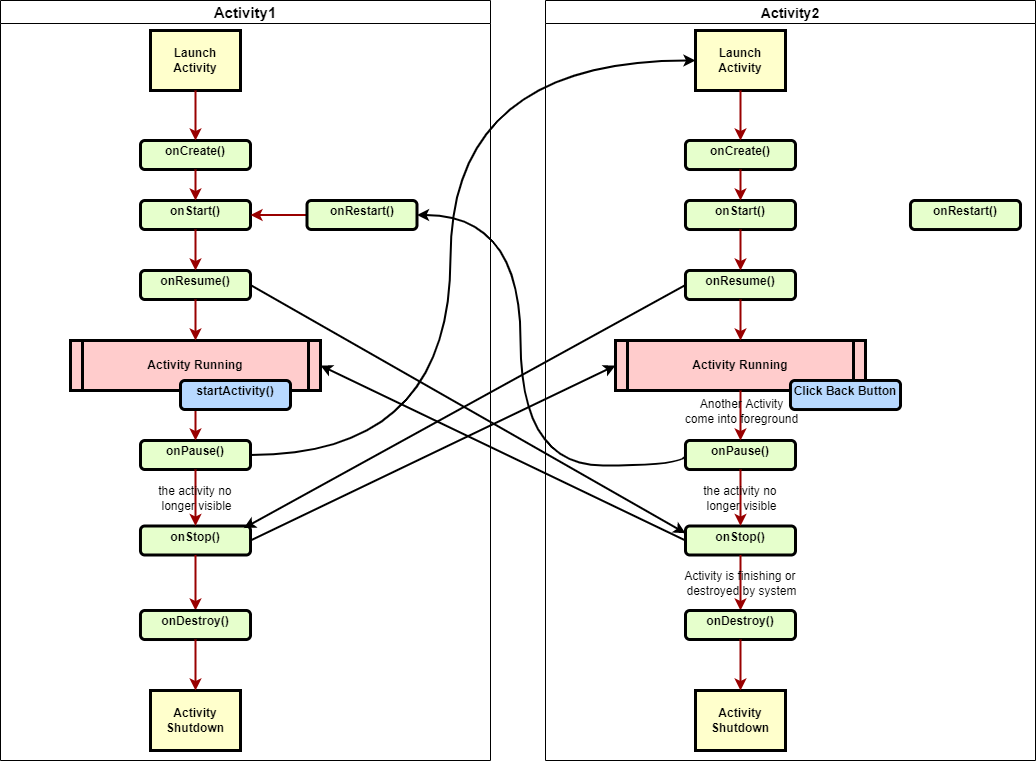
Above: ActivityInteraction.drawio.png in huiyeruzhou/MyDrawIo (draw.io), before the change. Source tidied: cells renumbered, new cells last; positions are measured from the earlier drawing's top-left corner, leaving out a move shared by most shapes. The source it was exported from:
```xml
<mxGraphModel>
  <root>
    <mxCell id="0" />
    <mxCell id="1" parent="0" />
    <mxCell id="2" value="&lt;p style=&quot;margin: 4px 0px 0px ; text-align: center&quot;&gt;onCreate()&lt;/p&gt;" style="verticalAlign=middle;align=center;overflow=fill;fontSize=12;fontFamily=Helvetica;html=1;rounded=1;fontStyle=1;strokeWidth=3;fillColor=#E6FFCC;labelBackgroundColor=none;" parent="1" vertex="1">
      <mxGeometry x="140" y="140" width="110" height="29" as="geometry" />
    </mxCell>
    <mxCell id="3" value="Launch&#10;Activity" style="whiteSpace=wrap;align=center;verticalAlign=middle;fontStyle=1;strokeWidth=3;fillColor=#FFFFCC;labelBackgroundColor=none;" parent="1" vertex="1">
      <mxGeometry x="150" y="30" width="90" height="60" as="geometry" />
    </mxCell>
    <mxCell id="4" value="Activity Running" style="shape=process;whiteSpace=wrap;align=center;verticalAlign=middle;size=0.0475;fontStyle=1;strokeWidth=3;fillColor=#FFCCCC;labelBackgroundColor=none;" parent="1" vertex="1">
      <mxGeometry x="70" y="340" width="250" height="50" as="geometry" />
    </mxCell>
    <mxCell id="5" style="edgeStyle=none;noEdgeStyle=1;strokeColor=#990000;strokeWidth=2;labelBackgroundColor=none;" parent="1" edge="1" source="3" target="2">
      <mxGeometry relative="1" as="geometry" />
    </mxCell>
    <mxCell id="6" value="&lt;p style=&quot;margin: 4px 0px 0px ; text-align: center&quot;&gt;onStart()&lt;/p&gt;" style="verticalAlign=middle;align=center;overflow=fill;fontSize=12;fontFamily=Helvetica;html=1;rounded=1;fontStyle=1;strokeWidth=3;fillColor=#E6FFCC;labelBackgroundColor=none;" parent="1" vertex="1">
      <mxGeometry x="140" y="200" width="110" height="29" as="geometry" />
    </mxCell>
    <mxCell id="7" style="edgeStyle=none;noEdgeStyle=1;strokeColor=#990000;strokeWidth=2;exitX=0.5;exitY=1;exitDx=0;exitDy=0;entryX=0.5;entryY=0;entryDx=0;entryDy=0;labelBackgroundColor=none;" parent="1" edge="1" source="2" target="6">
      <mxGeometry relative="1" as="geometry" />
    </mxCell>
    <mxCell id="8" value="&lt;p style=&quot;margin: 4px 0px 0px ; text-align: center&quot;&gt;onResume()&lt;/p&gt;&lt;p style=&quot;margin: 0px ; margin-top: 4px ; text-align: center ; text-decoration: underline&quot;&gt;&lt;br&gt;&lt;/p&gt;" style="verticalAlign=middle;align=center;overflow=fill;fontSize=12;fontFamily=Helvetica;html=1;rounded=1;fontStyle=1;strokeWidth=3;fillColor=#E6FFCC;labelBackgroundColor=none;" parent="1" vertex="1">
      <mxGeometry x="140" y="270" width="110" height="29" as="geometry" />
    </mxCell>
    <mxCell id="9" style="edgeStyle=none;noEdgeStyle=1;strokeColor=#990000;strokeWidth=2;exitX=0.5;exitY=1;exitDx=0;exitDy=0;entryX=0.5;entryY=0;entryDx=0;entryDy=0;labelBackgroundColor=none;" parent="1" edge="1" source="6" target="8">
      <mxGeometry relative="1" as="geometry" />
    </mxCell>
    <mxCell id="10" style="edgeStyle=none;noEdgeStyle=1;strokeColor=#990000;strokeWidth=2;exitX=0.5;exitY=1;exitDx=0;exitDy=0;labelBackgroundColor=none;" parent="1" edge="1" source="8" target="4">
      <mxGeometry relative="1" as="geometry" />
    </mxCell>
    <mxCell id="11" value="&lt;p style=&quot;margin: 4px 0px 0px ; text-align: center&quot;&gt;onPause()&lt;/p&gt;" style="verticalAlign=middle;align=center;overflow=fill;fontSize=12;fontFamily=Helvetica;html=1;rounded=1;fontStyle=1;strokeWidth=3;fillColor=#E6FFCC;labelBackgroundColor=none;" parent="1" vertex="1">
      <mxGeometry x="140" y="440" width="110" height="29" as="geometry" />
    </mxCell>
    <mxCell id="12" value="&#10;" style="text;spacingTop=-5;align=center;labelBackgroundColor=none;" parent="1" vertex="1">
      <mxGeometry x="50" y="400" width="20" height="20" as="geometry" />
    </mxCell>
    <mxCell id="13" value="&lt;p style=&quot;margin: 4px 0px 0px ; text-align: center&quot;&gt;onStop()&lt;/p&gt;&lt;p style=&quot;margin: 4px 0px 0px ; text-align: center&quot;&gt;&lt;br&gt;&lt;/p&gt;" style="verticalAlign=middle;align=center;overflow=fill;fontSize=12;fontFamily=Helvetica;html=1;rounded=1;fontStyle=1;strokeWidth=3;fillColor=#E6FFCC;labelBackgroundColor=none;" parent="1" vertex="1">
      <mxGeometry x="140" y="525.5" width="110" height="29" as="geometry" />
    </mxCell>
    <mxCell id="14" style="endArrow=classic;html=1;rounded=1;exitX=0.5;exitY=1;exitDx=0;exitDy=0;entryX=0.5;entryY=0;entryDx=0;entryDy=0;strokeColor=#990000;strokeWidth=2;edgeStyle=elbowEdgeStyle;labelBackgroundColor=none;" parent="1" edge="1" source="4" target="11">
      <mxGeometry relative="1" as="geometry" />
    </mxCell>
    <mxCell id="15" style="endArrow=classic;html=1;rounded=1;exitX=0.5;exitY=1;exitDx=0;exitDy=0;entryX=0.5;entryY=0;entryDx=0;entryDy=0;strokeColor=#990000;strokeWidth=2;edgeStyle=elbowEdgeStyle;labelBackgroundColor=none;" parent="1" edge="1" source="13" target="16">
      <mxGeometry relative="1" as="geometry" />
    </mxCell>
    <mxCell id="16" value="&lt;p style=&quot;margin: 4px 0px 0px ; text-align: center&quot;&gt;onDestroy()&lt;/p&gt;&lt;p style=&quot;margin: 4px 0px 0px ; text-align: center&quot;&gt;&lt;br&gt;&lt;/p&gt;" style="verticalAlign=middle;align=center;overflow=fill;fontSize=12;fontFamily=Helvetica;html=1;rounded=1;fontStyle=1;strokeWidth=3;fillColor=#E6FFCC;labelBackgroundColor=none;" parent="1" vertex="1">
      <mxGeometry x="140" y="610" width="110" height="29" as="geometry" />
    </mxCell>
    <mxCell id="17" style="edgeStyle=elbowEdgeStyle;rounded=1;jettySize=auto;html=1;strokeColor=#990000;strokeWidth=2;labelBackgroundColor=none;" parent="1" edge="1" source="18" target="6">
      <mxGeometry relative="1" as="geometry" />
    </mxCell>
    <mxCell id="18" value="&lt;p style=&quot;margin: 4px 0px 0px ; text-align: center&quot;&gt;onRestart()&lt;/p&gt;" style="verticalAlign=middle;align=center;overflow=fill;fontSize=12;fontFamily=Helvetica;html=1;rounded=1;fontStyle=1;strokeWidth=3;fillColor=#E6FFCC;labelBackgroundColor=none;" parent="1" vertex="1">
      <mxGeometry x="306.5" y="200" width="110" height="29" as="geometry" />
    </mxCell>
    <mxCell id="19" style="edgeStyle=elbowEdgeStyle;rounded=1;orthogonalLoop=1;jettySize=auto;html=1;exitX=0.5;exitY=1;exitDx=0;exitDy=0;strokeColor=#990000;strokeWidth=2;labelBackgroundColor=none;" parent="1" edge="1" source="18" target="18">
      <mxGeometry relative="1" as="geometry" />
    </mxCell>
    <mxCell id="20" style="endArrow=classic;html=1;rounded=1;entryX=0.5;entryY=0;entryDx=0;entryDy=0;strokeColor=#990000;strokeWidth=2;exitX=0.5;exitY=1;exitDx=0;exitDy=0;labelBackgroundColor=none;" parent="1" edge="1" source="11" target="13">
      <mxGeometry relative="1" as="geometry" />
    </mxCell>
    <mxCell id="21" value="&lt;span style=&quot;&quot;&gt;the activity no &lt;br&gt;longer visible&lt;br&gt;&lt;/span&gt;" style="edgeLabel;html=1;align=center;verticalAlign=middle;labelBackgroundColor=none;" parent="20" vertex="1">
      <mxGeometry relative="1" as="geometry" />
    </mxCell>
    <mxCell id="22" value="Activity&#10;Shutdown" style="whiteSpace=wrap;align=center;verticalAlign=middle;fontStyle=1;strokeWidth=3;fillColor=#FFFFCC;labelBackgroundColor=none;" parent="1" vertex="1">
      <mxGeometry x="150" y="690" width="90" height="60" as="geometry" />
    </mxCell>
    <mxCell id="23" style="edgeStyle=none;noEdgeStyle=1;strokeColor=#990000;strokeWidth=2;exitX=0.5;exitY=1;exitDx=0;exitDy=0;labelBackgroundColor=none;" parent="1" edge="1" source="16" target="22">
      <mxGeometry relative="1" as="geometry" />
    </mxCell>
    <mxCell id="24" value="Activity1" style="swimlane;labelBackgroundColor=none;swimlaneFillColor=none;fontSize=15;" parent="1" vertex="1">
      <mxGeometry width="490" height="760" as="geometry" />
    </mxCell>
    <mxCell id="25" value="&lt;p style=&quot;margin: 4px 0px 0px ; text-align: center&quot;&gt;startActivity()&lt;/p&gt;" style="verticalAlign=middle;align=center;overflow=fill;fontSize=12;fontFamily=Helvetica;html=1;rounded=1;fontStyle=1;strokeWidth=3;fillColor=#B8D9FF;labelBackgroundColor=none;strokeColor=#000000;" parent="24" vertex="1">
      <mxGeometry x="180" y="380" width="110" height="29" as="geometry" />
    </mxCell>
    <mxCell id="26" value="&lt;p style=&quot;margin: 4px 0px 0px ; text-align: center&quot;&gt;onCreate()&lt;/p&gt;" style="verticalAlign=middle;align=center;overflow=fill;fontSize=12;fontFamily=Helvetica;html=1;rounded=1;fontStyle=1;strokeWidth=3;fillColor=#E6FFCC;labelBackgroundColor=none;" parent="1" vertex="1">
      <mxGeometry x="685" y="140" width="110" height="29" as="geometry" />
    </mxCell>
    <mxCell id="27" value="Launch&#10;Activity" style="whiteSpace=wrap;align=center;verticalAlign=middle;fontStyle=1;strokeWidth=3;fillColor=#FFFFCC;labelBackgroundColor=none;" parent="1" vertex="1">
      <mxGeometry x="695" y="30" width="90" height="60" as="geometry" />
    </mxCell>
    <mxCell id="28" value="Activity Running" style="shape=process;whiteSpace=wrap;align=center;verticalAlign=middle;size=0.0475;fontStyle=1;strokeWidth=3;fillColor=#FFCCCC;labelBackgroundColor=none;" parent="1" vertex="1">
      <mxGeometry x="615" y="340" width="250" height="50" as="geometry" />
    </mxCell>
    <mxCell id="29" style="edgeStyle=none;noEdgeStyle=1;strokeColor=#990000;strokeWidth=2;labelBackgroundColor=none;" parent="1" edge="1" source="27" target="26">
      <mxGeometry relative="1" as="geometry" />
    </mxCell>
    <mxCell id="30" value="&lt;p style=&quot;margin: 4px 0px 0px ; text-align: center&quot;&gt;onStart()&lt;/p&gt;" style="verticalAlign=middle;align=center;overflow=fill;fontSize=12;fontFamily=Helvetica;html=1;rounded=1;fontStyle=1;strokeWidth=3;fillColor=#E6FFCC;labelBackgroundColor=none;" parent="1" vertex="1">
      <mxGeometry x="685" y="200" width="110" height="29" as="geometry" />
    </mxCell>
    <mxCell id="31" style="edgeStyle=none;noEdgeStyle=1;strokeColor=#990000;strokeWidth=2;exitX=0.5;exitY=1;exitDx=0;exitDy=0;entryX=0.5;entryY=0;entryDx=0;entryDy=0;labelBackgroundColor=none;" parent="1" edge="1" source="26" target="30">
      <mxGeometry relative="1" as="geometry" />
    </mxCell>
    <mxCell id="32" value="&lt;p style=&quot;margin: 4px 0px 0px ; text-align: center&quot;&gt;onResume()&lt;/p&gt;&lt;p style=&quot;margin: 0px ; margin-top: 4px ; text-align: center ; text-decoration: underline&quot;&gt;&lt;br&gt;&lt;/p&gt;" style="verticalAlign=middle;align=center;overflow=fill;fontSize=12;fontFamily=Helvetica;html=1;rounded=1;fontStyle=1;strokeWidth=3;fillColor=#E6FFCC;labelBackgroundColor=none;" parent="1" vertex="1">
      <mxGeometry x="685" y="270" width="110" height="29" as="geometry" />
    </mxCell>
    <mxCell id="33" style="edgeStyle=none;noEdgeStyle=1;strokeColor=#990000;strokeWidth=2;exitX=0.5;exitY=1;exitDx=0;exitDy=0;entryX=0.5;entryY=0;entryDx=0;entryDy=0;labelBackgroundColor=none;" parent="1" edge="1" source="30" target="32">
      <mxGeometry relative="1" as="geometry" />
    </mxCell>
    <mxCell id="34" style="edgeStyle=none;noEdgeStyle=1;strokeColor=#990000;strokeWidth=2;exitX=0.5;exitY=1;exitDx=0;exitDy=0;labelBackgroundColor=none;" parent="1" edge="1" source="32" target="28">
      <mxGeometry relative="1" as="geometry" />
    </mxCell>
    <mxCell id="35" value="&lt;p style=&quot;margin: 4px 0px 0px ; text-align: center&quot;&gt;onPause()&lt;/p&gt;" style="verticalAlign=middle;align=center;overflow=fill;fontSize=12;fontFamily=Helvetica;html=1;rounded=1;fontStyle=1;strokeWidth=3;fillColor=#E6FFCC;labelBackgroundColor=none;" parent="1" vertex="1">
      <mxGeometry x="685" y="440" width="110" height="29" as="geometry" />
    </mxCell>
    <mxCell id="36" value="&#10;" style="text;spacingTop=-5;align=center;labelBackgroundColor=none;" parent="1" vertex="1">
      <mxGeometry x="595" y="400" width="20" height="20" as="geometry" />
    </mxCell>
    <mxCell id="37" value="&lt;p style=&quot;margin: 4px 0px 0px ; text-align: center&quot;&gt;onStop()&lt;/p&gt;&lt;p style=&quot;margin: 4px 0px 0px ; text-align: center&quot;&gt;&lt;br&gt;&lt;/p&gt;" style="verticalAlign=middle;align=center;overflow=fill;fontSize=12;fontFamily=Helvetica;html=1;rounded=1;fontStyle=1;strokeWidth=3;fillColor=#E6FFCC;labelBackgroundColor=none;" parent="1" vertex="1">
      <mxGeometry x="685" y="525.5" width="110" height="29" as="geometry" />
    </mxCell>
    <mxCell id="38" style="endArrow=classic;html=1;rounded=1;exitX=0.5;exitY=1;exitDx=0;exitDy=0;entryX=0.5;entryY=0;entryDx=0;entryDy=0;strokeColor=#990000;strokeWidth=2;edgeStyle=elbowEdgeStyle;labelBackgroundColor=none;" parent="1" edge="1" source="28" target="35">
      <mxGeometry relative="1" as="geometry" />
    </mxCell>
    <mxCell id="39" value="&lt;span style=&quot;font-size: 12px;&quot;&gt;Another Activity&lt;/span&gt;&lt;br style=&quot;padding: 0px; margin: 0px; font-size: 12px;&quot;&gt;&lt;span style=&quot;font-size: 12px;&quot;&gt;come into foreground&lt;/span&gt;" style="edgeLabel;html=1;align=center;verticalAlign=middle;labelBackgroundColor=none;" parent="38" vertex="1">
      <mxGeometry relative="1" as="geometry">
        <mxPoint y="-5" as="offset" />
      </mxGeometry>
    </mxCell>
    <mxCell id="40" style="endArrow=classic;html=1;rounded=1;exitX=0.5;exitY=1;exitDx=0;exitDy=0;entryX=0.5;entryY=0;entryDx=0;entryDy=0;strokeColor=#990000;strokeWidth=2;edgeStyle=elbowEdgeStyle;labelBackgroundColor=none;" parent="1" edge="1" source="37" target="42">
      <mxGeometry relative="1" as="geometry" />
    </mxCell>
    <mxCell id="41" value="&lt;span style=&quot;&quot;&gt;Activity is finishing or &lt;br&gt;destroyed by system&lt;/span&gt;" style="edgeLabel;html=1;align=center;verticalAlign=middle;labelBackgroundColor=none;" parent="40" vertex="1">
      <mxGeometry relative="1" as="geometry" />
    </mxCell>
    <mxCell id="42" value="&lt;p style=&quot;margin: 4px 0px 0px ; text-align: center&quot;&gt;onDestroy()&lt;/p&gt;&lt;p style=&quot;margin: 4px 0px 0px ; text-align: center&quot;&gt;&lt;br&gt;&lt;/p&gt;" style="verticalAlign=middle;align=center;overflow=fill;fontSize=12;fontFamily=Helvetica;html=1;rounded=1;fontStyle=1;strokeWidth=3;fillColor=#E6FFCC;labelBackgroundColor=none;" parent="1" vertex="1">
      <mxGeometry x="685" y="610" width="110" height="29" as="geometry" />
    </mxCell>
    <mxCell id="43" style="edgeStyle=elbowEdgeStyle;rounded=1;orthogonalLoop=1;jettySize=auto;html=1;exitX=0.5;exitY=1;exitDx=0;exitDy=0;strokeColor=#990000;strokeWidth=2;labelBackgroundColor=none;" parent="1" edge="1">
      <mxGeometry relative="1" as="geometry">
        <mxPoint x="906.5" y="229" as="sourcePoint" />
        <mxPoint x="906.7" y="229" as="targetPoint" />
      </mxGeometry>
    </mxCell>
    <mxCell id="44" style="endArrow=classic;html=1;rounded=1;entryX=0.5;entryY=0;entryDx=0;entryDy=0;strokeColor=#990000;strokeWidth=2;exitX=0.5;exitY=1;exitDx=0;exitDy=0;labelBackgroundColor=none;" parent="1" edge="1" source="35" target="37">
      <mxGeometry relative="1" as="geometry" />
    </mxCell>
    <mxCell id="45" value="&lt;span style=&quot;&quot;&gt;the activity no &lt;br&gt;longer visible&lt;br&gt;&lt;/span&gt;" style="edgeLabel;html=1;align=center;verticalAlign=middle;labelBackgroundColor=none;" parent="44" vertex="1">
      <mxGeometry relative="1" as="geometry" />
    </mxCell>
    <mxCell id="46" value="Activity&#10;Shutdown" style="whiteSpace=wrap;align=center;verticalAlign=middle;fontStyle=1;strokeWidth=3;fillColor=#FFFFCC;labelBackgroundColor=none;" parent="1" vertex="1">
      <mxGeometry x="695" y="690" width="90" height="60" as="geometry" />
    </mxCell>
    <mxCell id="47" style="edgeStyle=none;noEdgeStyle=1;strokeColor=#990000;strokeWidth=2;exitX=0.5;exitY=1;exitDx=0;exitDy=0;labelBackgroundColor=none;" parent="1" edge="1" source="42" target="46">
      <mxGeometry relative="1" as="geometry" />
    </mxCell>
    <mxCell id="48" value="Activity2" style="swimlane;labelBackgroundColor=none;startSize=23;fontSize=14;" parent="1" vertex="1">
      <mxGeometry x="545" width="490" height="760" as="geometry" />
    </mxCell>
    <mxCell id="49" value="&lt;p style=&quot;margin: 4px 0px 0px ; text-align: center&quot;&gt;onRestart()&lt;/p&gt;" style="verticalAlign=middle;align=center;overflow=fill;fontSize=12;fontFamily=Helvetica;html=1;rounded=1;fontStyle=1;strokeWidth=3;fillColor=#E6FFCC;labelBackgroundColor=none;" parent="48" vertex="1">
      <mxGeometry x="365" y="200" width="110" height="29" as="geometry" />
    </mxCell>
    <mxCell id="50" value="&lt;p style=&quot;margin: 4px 0px 0px ; text-align: center&quot;&gt;Click Back Button&lt;/p&gt;" style="verticalAlign=middle;align=center;overflow=fill;fontSize=12;fontFamily=Helvetica;html=1;rounded=1;fontStyle=1;strokeWidth=3;fillColor=#B8D9FF;labelBackgroundColor=none;strokeColor=#000000;" parent="48" vertex="1">
      <mxGeometry x="245" y="380" width="110" height="29" as="geometry" />
    </mxCell>
    <mxCell id="51" style="endArrow=classic;html=1;labelBackgroundColor=none;edgeStyle=orthogonalEdgeStyle;curved=1;exitX=1;exitY=0.5;exitDx=0;exitDy=0;entryX=0;entryY=0.5;entryDx=0;entryDy=0;strokeWidth=2;" parent="1" edge="1" source="11" target="27">
      <mxGeometry relative="1" as="geometry">
        <Array as="points">
          <mxPoint x="450" y="455" />
          <mxPoint x="450" y="60" />
        </Array>
      </mxGeometry>
    </mxCell>
    <mxCell id="52" style="endArrow=classic;html=1;entryX=0;entryY=0.5;entryDx=0;entryDy=0;exitX=1;exitY=0.5;exitDx=0;exitDy=0;strokeWidth=2;" parent="1" edge="1" source="13" target="28">
      <mxGeometry relative="1" as="geometry" />
    </mxCell>
    <mxCell id="53" style="endArrow=classic;html=1;entryX=0.939;entryY=0.074;entryDx=0;entryDy=0;exitX=0;exitY=0.5;exitDx=0;exitDy=0;entryPerimeter=0;strokeWidth=2;" parent="1" edge="1" source="32" target="13">
      <mxGeometry relative="1" as="geometry" />
    </mxCell>
    <mxCell id="54" style="endArrow=classic;html=1;labelBackgroundColor=none;edgeStyle=orthogonalEdgeStyle;curved=1;exitX=0;exitY=0.5;exitDx=0;exitDy=0;entryX=1;entryY=0.5;entryDx=0;entryDy=0;strokeWidth=2;" parent="1" edge="1" source="35" target="18">
      <mxGeometry relative="1" as="geometry">
        <Array as="points">
          <mxPoint x="685" y="465" />
          <mxPoint x="520" y="465" />
          <mxPoint x="520" y="215" />
          <mxPoint x="417" y="215" />
        </Array>
      </mxGeometry>
    </mxCell>
    <mxCell id="55" style="endArrow=classic;html=1;entryX=0;entryY=0.25;entryDx=0;entryDy=0;exitX=1;exitY=0.5;exitDx=0;exitDy=0;strokeWidth=2;" parent="1" edge="1" source="8" target="37">
      <mxGeometry relative="1" as="geometry" />
    </mxCell>
    <mxCell id="56" style="endArrow=classic;html=1;entryX=1;entryY=0.5;entryDx=0;entryDy=0;exitX=0;exitY=0.5;exitDx=0;exitDy=0;strokeWidth=2;" parent="1" edge="1" source="37" target="4">
      <mxGeometry relative="1" as="geometry" />
    </mxCell>
  </root>
</mxGraphModel>
```
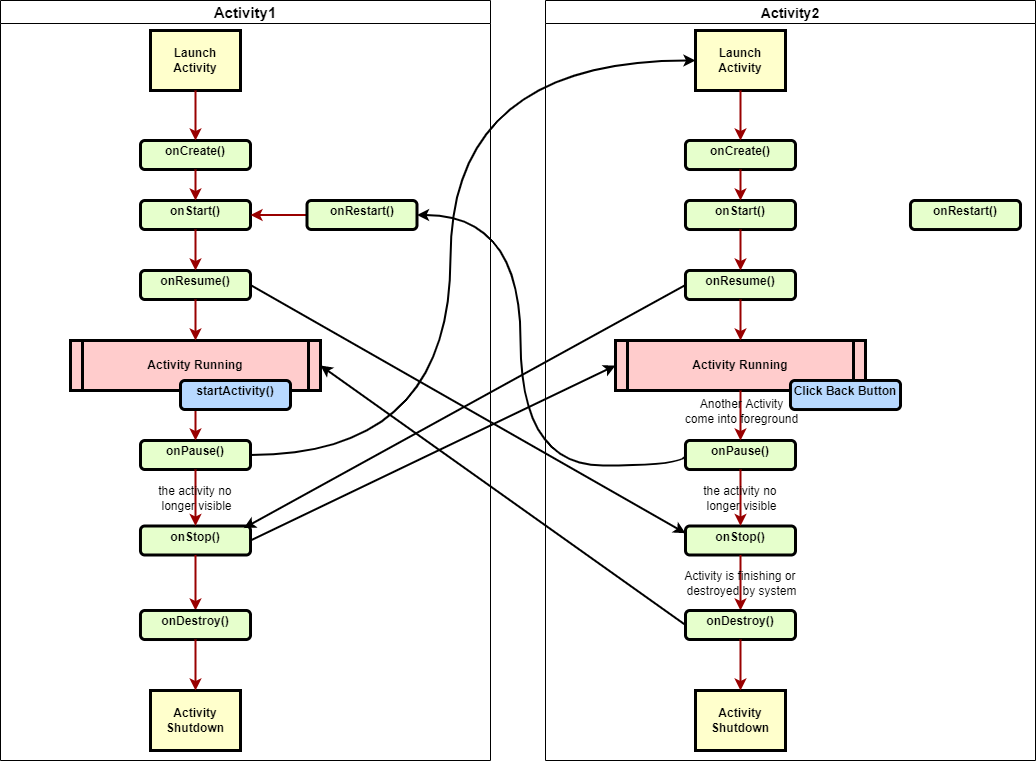
After the change.

Change to the diagram source:
```diff
@@ -181,8 +181,8 @@
     <mxCell id="55" style="endArrow=classic;html=1;entryX=0;entryY=0.25;entryDx=0;entryDy=0;exitX=1;exitY=0.5;exitDx=0;exitDy=0;strokeWidth=2;" parent="1" edge="1" source="8" target="37">
       <mxGeometry relative="1" as="geometry" />
     </mxCell>
-    <mxCell id="56" style="endArrow=classic;html=1;entryX=1;entryY=0.5;entryDx=0;entryDy=0;exitX=0;exitY=0.5;exitDx=0;exitDy=0;strokeWidth=2;" parent="1" edge="1" source="37" target="4">
-      <mxGeometry relative="1" as="geometry" />
-    </mxCell>
+    <mxCell id="57" style="endArrow=classic;html=1;entryX=1;entryY=0.5;entryDx=0;entryDy=0;exitX=0;exitY=0.5;exitDx=0;exitDy=0;strokeWidth=2;" parent="1" edge="1" source="42" target="4">
+      <mxGeometry relative="1" as="geometry" />
+    </mxCell>
   </root>
 </mxGraphModel>
```
